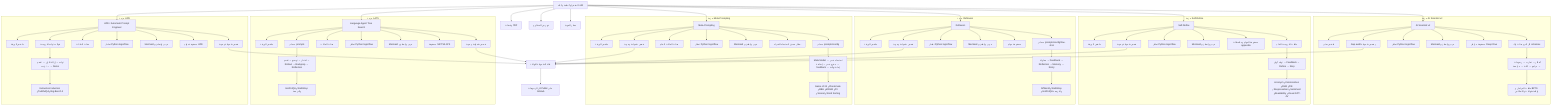
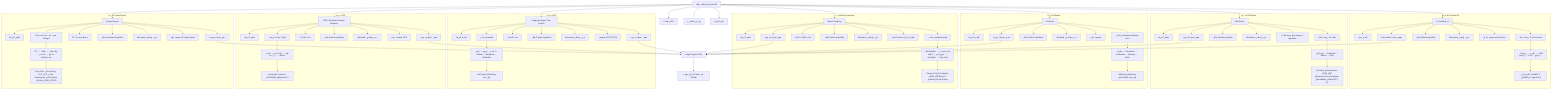
flowchart TD
  ROOT[استخراج أنظمة وكلاء LLM] --> AIS[AI Scientist v2]
  ROOT --> SR[Self-Refine]
  ROOT --> RX[Reflexion]
  ROOT --> MP[Meta-Prompting]
  ROOT --> LATS[Language Agent Tree Search]
  ROOT --> APE[APE / Automatic Prompt Engineer]
+   ROOT --> PR[Prompt Report]

  subgraph AIP[حزمة AI Scientist v2]
    AIS --> AI_SUM[ملخص بحثي]
    AIS --> AI_PROMPTS[كل البرومبتات والـ schemas]
    AIS --> AI_LOGIC[تحليل Python logic/flow]
    AIS --> AI_GRAPH[Mermaid عربي وإنجليزي]
    AIS --> AI_DEEP[مصفوفة مراحل Deep Dive]
    AIS --> AI_AUDIT[Gap audit وفحص شمولية]
    AI_PROMPTS --> AI_PHASES[أفكار → تجارب → رسومات → مراجع → كتابة → مراجعة]
    AI_PHASES --> AI_LOOPS[حلقات المراحل وBFTS والاستشهادات والانعكاس]
  end

  subgraph SRP[حزمة Self-Refine]
    SR --> SR_SUM[ملخص الورقة]
    SR --> SR_PROMPTS[ملفات البرومبت الخام]
    SR --> SR_LOGIC[تحليل Python logic/flow]
    SR --> SR_GRAPH[Mermaid عربي وإنجليزي]
    SR --> SR_DEEP[مصفوفة المهام وملاحظات appendix]
    SR --> SR_AUDIT[فحص شمولية وجودة]
    SR_PROMPTS --> SR_PHASES[توليد أولي → Feedback → Refine → Stop]
    SR_PHASES --> SR_TASKS[Acronym وCommonGen وGSM وPIE وResponseGen وSentiment وReadability وVisual GPT-4V]
  end

  subgraph RXP[حزمة Reflexion]
    RX --> RX_SUM[ملخص الورقة]
    RX --> RX_PROMPTS[مصادر prompts/config/few-shot]
    RX --> RX_LOGIC[تحليل Python logic/flow]
    RX --> RX_GRAPH[Mermaid عربي وإنجليزي]
    RX --> RX_DEEP[مصفوفة مهام]
    RX --> RX_AUDIT[فحص شمولية وجودة]
    RX_PROMPTS --> RX_PHASES[محاولة → Feedback → Reflection → Memory → Retry]
    RX_PHASES --> RX_TASKS[AlfWorld وWebShop وHotPotQA والبرمجة]
  end


  subgraph MPP[حزمة Meta-Prompting]
    MP --> MP_SUM[ملخص الورقة]
    MP --> MP_PROMPTS[مصادر prompts/config]
    MP --> MP_DATA[عينات البيانات الخام]
    MP --> MP_LOGIC[تحليل Python logic/flow]
    MP --> MP_GRAPH[Mermaid عربي وإنجليزي]
    MP --> MP_DEEP[تحليل عميق لاستدعاء الخبراء]
    MP --> MP_AUDIT[فحص شمولية وجودة]
    MP_PROMPTS --> MP_PHASES[Meta Model → استدعاء خبير → مخرج خبير → إضافة feedback → إجابة نهائية]
    MP_PHASES --> MP_TASKS[Game of 24 وCheckmate وBBH وMGSM وP3 وSonnet وWord Sorting]
  end


  subgraph LATSP[حزمة LATS]
    LATS --> LATS_SUM[ملخص الورقة]
    LATS --> LATS_PROMPTS[مصادر prompts]
    LATS --> LATS_DATA[عينات البيانات]
    LATS --> LATS_LOGIC[تحليل Python logic/flow]
    LATS --> LATS_GRAPH[Mermaid عربي وإنجليزي]
    LATS --> LATS_DEEP[مصفوفة MCTS/LATS]
    LATS --> LATS_AUDIT[فحص شمولية وجودة]
    LATS_PROMPTS --> LATS_PHASES[اختيار → توسيع → تقييم → Rollout → Backprop → Reflection]
    LATS_PHASES --> LATS_TASKS[HotPotQA وWebShop والبرمجة]
  end

  subgraph APEP[حزمة APE]
    APE --> APE_SUM[ملخص الورقة]
    APE --> APE_PROMPTS[قوالب توليد البرومبت]
    APE --> APE_DATA[عينات البيانات]
    APE --> APE_LOGIC[تحليل Python logic/flow]
    APE --> APE_GRAPH[Mermaid عربي وإنجليزي]
    APE --> APE_DEEP[مصفوفة مهام APE]
    APE --> APE_AUDIT[فحص شمولية وجودة]
    APE_PROMPTS --> APE_PHASES[توليد → إزالة تكرار → تقييم → ترتيب → Demo]
    APE_PHASES --> APE_TASKS[Instruction Induction وTruthfulQA وBig-Bench II]
  end

+ 
+   subgraph PRP[حزمة Prompt Report]
+     PR --> PR_SUM[ملخص الورقة]
+     PR --> PR_PROMPTS[58 تقنية LLM + 40 متعدد الوسائط]
+     PR --> PR_VOCAB[33 مصطلح مفردات]
+     PR --> PR_LOGIC[تحليل technique logic/flow]
+     PR --> PR_GRAPH[Mermaid عربي وإنجليزي]
+     PR --> PR_DEEP[مصفوفة مهام Prompt Report]
+     PR --> PR_AUDIT[فحص شمولية وجودة]
+     PR_PROMPTS --> PR_PHASES[ICL → توليد تفكير → تفكيك → تجميع → نقد ذاتي → هندسة الإجابة]
+     PR_PHASES --> PR_TASKS[Zero-Shot و Few-Shot و CoT و ToT و Self-Consistency و Self-Refine و ReAct و APE و OPRO]
+   end
+ 
  ROOT --> ARCH[أرشيفات ZIP]
  ROOT --> INDEX[فهرس المشاريع]
  ROOT --> STANDARD[معيار الجودة]

  AI_AUDIT --> FINAL[حالة الشمولية النهائية]
  SR_AUDIT --> FINAL
  RX_AUDIT --> FINAL
  MP_AUDIT --> FINAL
  LATS_AUDIT --> FINAL
  APE_AUDIT --> FINAL
+   PR_AUDIT --> FINAL
  FINAL --> PUBLIC[كل الريبوهات Public على GitHub]

